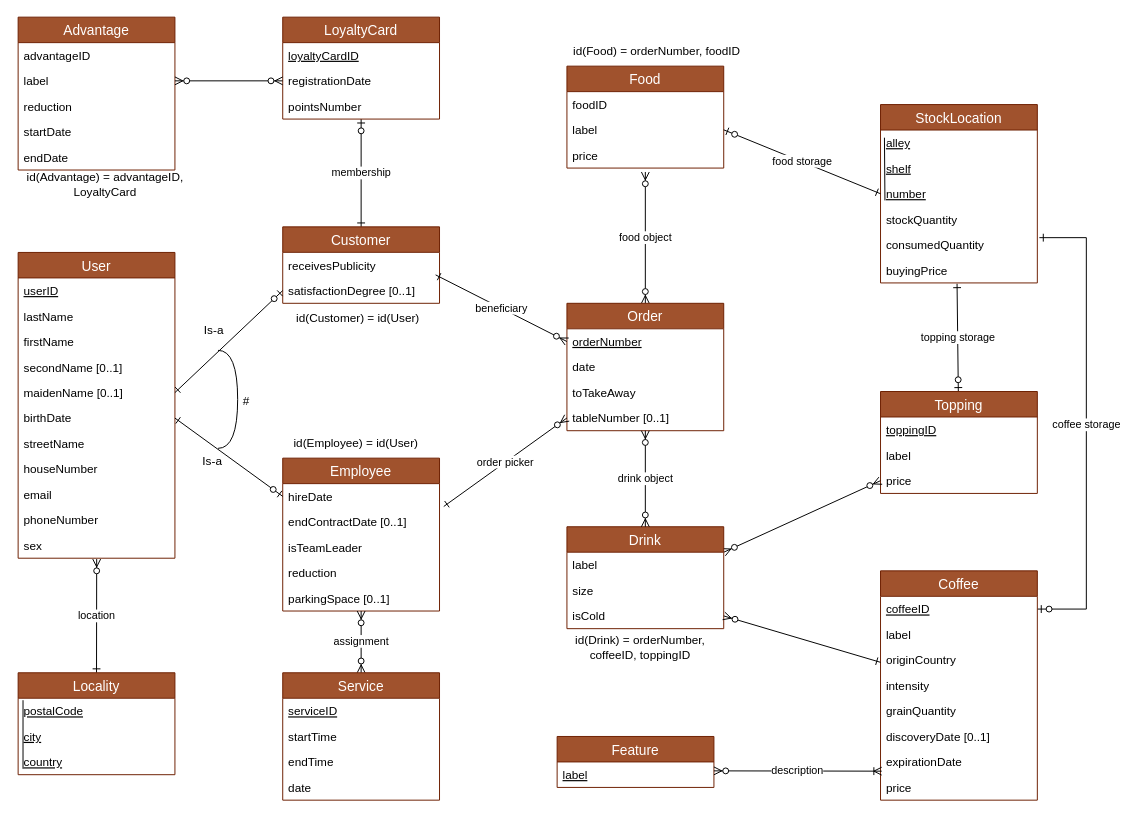
The draw.io diagram SchemaEA.drawio in DrakeXorn/CoffIG, before the edit. Source tidied: cells renumbered, new cells numbered last; positions are measured from the earlier drawing's top-left corner, leaving out a move shared by most shapes. Both pictures are drawn from the tidied source at 98%, with x=0, y=0 at pixel (17, 17).
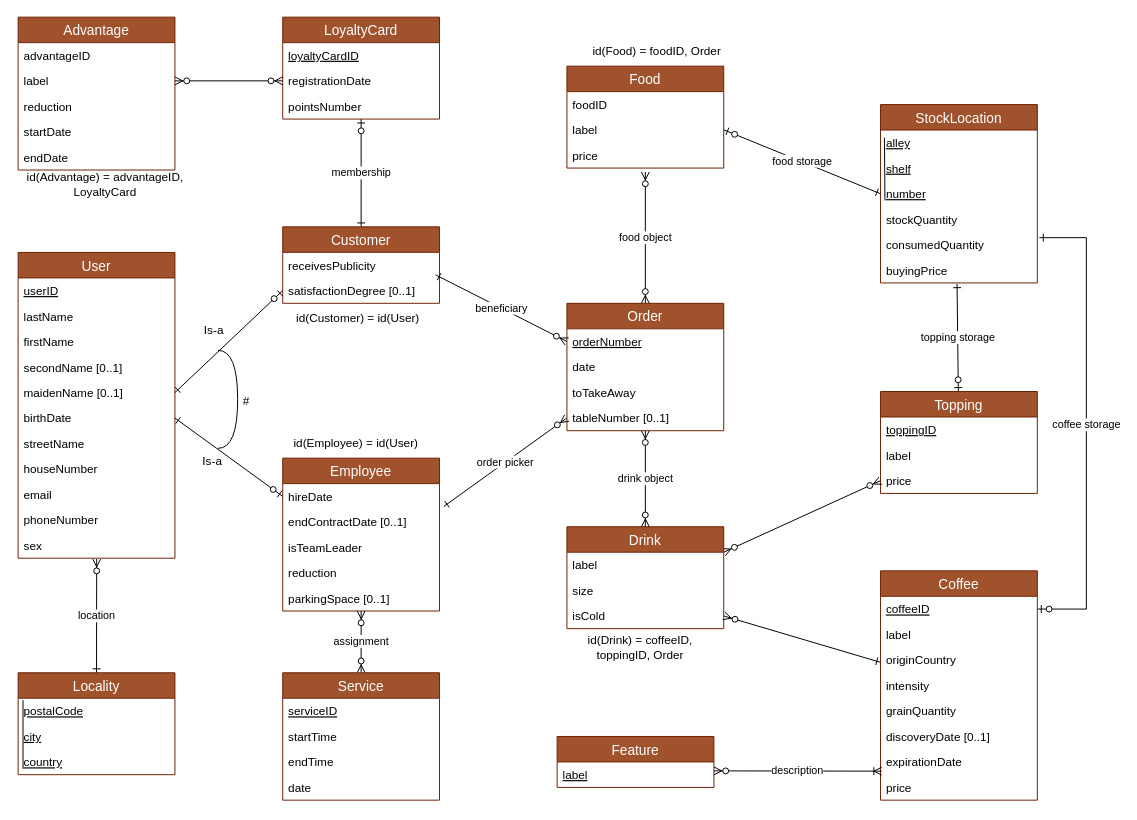
Above is the later version.

The edit, as a diff of the source:
```diff
@@
-    <mxCell id="41" value="id(Drink) = orderNumber, coffeeID, toppingID" style="text;html=1;strokeColor=none;fillColor=none;align=center;verticalAlign=middle;whiteSpace=wrap;rounded=0;" parent="1" vertex="1">
+    <mxCell id="41" value="id(Drink) = coffeeID, toppingID, Order" style="text;html=1;strokeColor=none;fillColor=none;align=center;verticalAlign=middle;whiteSpace=wrap;rounded=0;" parent="1" vertex="1">
       <mxGeometry x="561" y="633" width="150" height="20" as="geometry" />
     </mxCell>
-    <mxCell id="42" value="id(Food) = orderNumber, foodID" style="text;html=1;strokeColor=none;fillColor=none;align=center;verticalAlign=middle;whiteSpace=wrap;rounded=0;" parent="1" vertex="1">
+    <mxCell id="42" value="id(Food) = foodID, Order" style="text;html=1;strokeColor=none;fillColor=none;align=center;verticalAlign=middle;whiteSpace=wrap;rounded=0;" parent="1" vertex="1">
       <mxGeometry x="558" y="25" width="190" height="20" as="geometry" />
     </mxCell>
```
